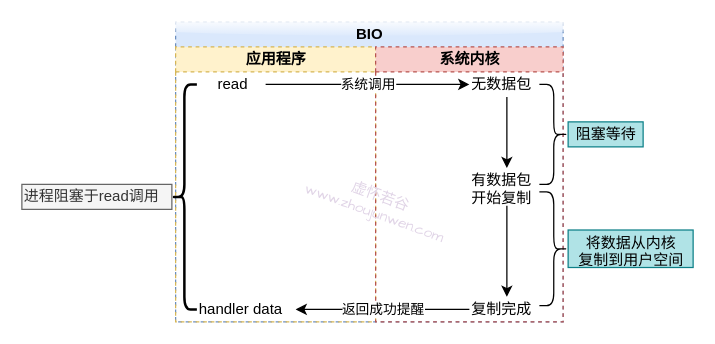
The draw.io diagram 同步阻塞.drawio in gumuqi/draw.io, before the edit. Source tidied: cells renumbered, new cells numbered last; positions are measured from the earlier drawing's top-left corner, leaving out a move shared by most shapes. Both pictures are drawn from the tidied source at 125%, with x=0, y=0 at pixel (21, 21).
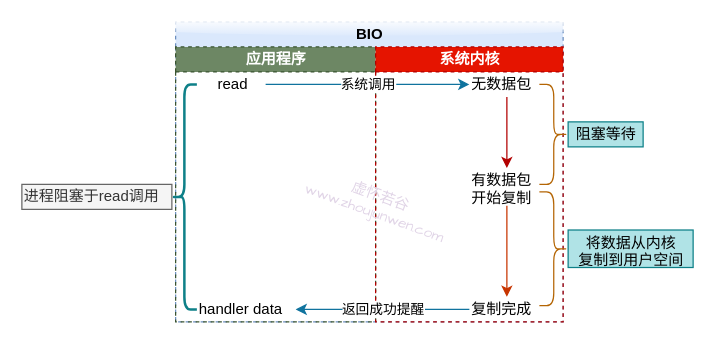
The same diagram, later.

Commit message:
更新同步阻塞.drawio

The change refers to these unchanged cells:
```xml
<mxCell id="2" value="BIO" style="swimlane;html=1;startSize=20;fillColor=#dae8fc;strokeColor=#6c8ebf;rounded=0;swimlaneLine=0;glass=1;dashed=1;" parent="1" vertex="1">
  <mxGeometry x="123" width="310" height="240" as="geometry" />
</mxCell>
<mxCell id="8" value="read" style="text;html=1;points=[];align=left;verticalAlign=top;spacingTop=-4;" parent="1" vertex="1">
  <mxGeometry x="155" y="40" width="40" height="20" as="geometry" />
</mxCell>
<mxCell id="10" value="无数据包" style="text;html=1;points=[];align=left;verticalAlign=top;spacingTop=-4;" parent="1" vertex="1">
  <mxGeometry x="358" y="40" width="60" height="20" as="geometry" />
</mxCell>
<mxCell id="12" value="有数据包&lt;br&gt;开始复制" style="text;html=1;points=[];align=left;verticalAlign=top;spacingTop=-4;" parent="1" vertex="1">
  <mxGeometry x="358" y="117" width="60" height="30" as="geometry" />
</mxCell>
<mxCell id="16" value="复制完成" style="text;html=1;points=[];align=left;verticalAlign=top;spacingTop=-4;" parent="1" vertex="1">
  <mxGeometry x="358" y="220" width="60" height="20" as="geometry" />
</mxCell>
<mxCell id="18" value="handler data" style="text;html=1;points=[];align=left;verticalAlign=top;spacingTop=-4;" parent="1" vertex="1">
  <mxGeometry x="140" y="220" width="80" height="20" as="geometry" />
</mxCell>
```

The edit, as a diff of the source:
```diff
@@
-    <mxCell id="3" value="应用程序" style="swimlane;html=1;startSize=20;fillColor=#fff2cc;strokeColor=#d6b656;dashed=1;" parent="2" vertex="1">
+    <mxCell id="3" value="应用程序" style="swimlane;html=1;startSize=20;fillColor=#6d8764;strokeColor=#3A5431;dashed=1;fontColor=#ffffff;" parent="2" vertex="1">
       <mxGeometry y="20" width="160" height="220" as="geometry" />
     </mxCell>
-    <mxCell id="4" value="系统内核" style="swimlane;html=1;startSize=20;fillColor=#f8cecc;strokeColor=#b85450;dashed=1;" parent="2" vertex="1">
+    <mxCell id="4" value="系统内核" style="swimlane;html=1;startSize=20;fillColor=#e51400;strokeColor=#B20000;dashed=1;fontColor=#ffffff;" parent="2" vertex="1">
       <mxGeometry x="160" y="20" width="150" height="220" as="geometry" />
     </mxCell>
@@
-    <mxCell id="6" style="shape=curlyBracket;whiteSpace=wrap;html=1;rounded=1;strokeWidth=2;" parent="1" vertex="1">
+    <mxCell id="6" style="shape=curlyBracket;whiteSpace=wrap;html=1;rounded=1;strokeWidth=2;fillColor=#b0e3e6;strokeColor=#0e8088;" parent="1" vertex="1">
       <mxGeometry x="120" y="50" width="20" height="180" as="geometry" />
     </mxCell>
-    <mxCell id="7" value="系统调用" style="edgeStyle=orthogonalEdgeStyle;rounded=0;jettySize=auto;html=1;" parent="1" edge="1" source="8" target="10">
+    <mxCell id="7" value="系统调用" style="edgeStyle=orthogonalEdgeStyle;rounded=0;jettySize=auto;html=1;fillColor=#b1ddf0;strokeColor=#10739e;" parent="1" edge="1" source="8" target="10">
       <mxGeometry relative="1" as="geometry" />
     </mxCell>
@@
-    <mxCell id="9" style="edgeStyle=orthogonalEdgeStyle;rounded=0;jettySize=auto;html=1;" parent="1" edge="1" source="10" target="12">
+    <mxCell id="9" style="edgeStyle=orthogonalEdgeStyle;rounded=0;jettySize=auto;html=1;fillColor=#e51400;strokeColor=#B20000;" parent="1" edge="1" source="10" target="12">
       <mxGeometry relative="1" as="geometry" />
     </mxCell>
@@
-    <mxCell id="11" style="edgeStyle=orthogonalEdgeStyle;rounded=0;jettySize=auto;html=1;" parent="1" edge="1" source="12" target="16">
+    <mxCell id="11" style="edgeStyle=orthogonalEdgeStyle;rounded=0;jettySize=auto;html=1;fillColor=#fa6800;strokeColor=#C73500;" parent="1" edge="1" source="12" target="16">
       <mxGeometry relative="1" as="geometry" />
     </mxCell>
@@
-    <mxCell id="13" style="shape=curlyBracket;whiteSpace=wrap;html=1;rounded=1;rotation=180;" parent="1" vertex="1">
+    <mxCell id="13" style="shape=curlyBracket;whiteSpace=wrap;html=1;rounded=1;rotation=180;fillColor=#fad7ac;strokeColor=#b46504;" parent="1" vertex="1">
       <mxGeometry x="414" y="50" width="23" height="80" as="geometry" />
     </mxCell>
@@
-    <mxCell id="15" value="返回成功提醒" style="edgeStyle=orthogonalEdgeStyle;rounded=0;jettySize=auto;html=1;entryX=0.988;entryY=0.5;entryDx=0;entryDy=0;entryPerimeter=0;" parent="1" edge="1" source="16" target="18">
+    <mxCell id="15" value="返回成功提醒" style="edgeStyle=orthogonalEdgeStyle;rounded=0;jettySize=auto;html=1;entryX=0.988;entryY=0.5;entryDx=0;entryDy=0;entryPerimeter=0;fillColor=#b1ddf0;strokeColor=#10739e;" parent="1" edge="1" source="16" target="18">
       <mxGeometry relative="1" as="geometry" />
     </mxCell>
@@
-    <mxCell id="17" style="shape=curlyBracket;whiteSpace=wrap;html=1;rounded=1;rotation=180;" parent="1" vertex="1">
+    <mxCell id="17" style="shape=curlyBracket;whiteSpace=wrap;html=1;rounded=1;rotation=180;fillColor=#fad7ac;strokeColor=#b46504;" parent="1" vertex="1">
       <mxGeometry x="414" y="136" width="23" height="91" as="geometry" />
     </mxCell>
```
